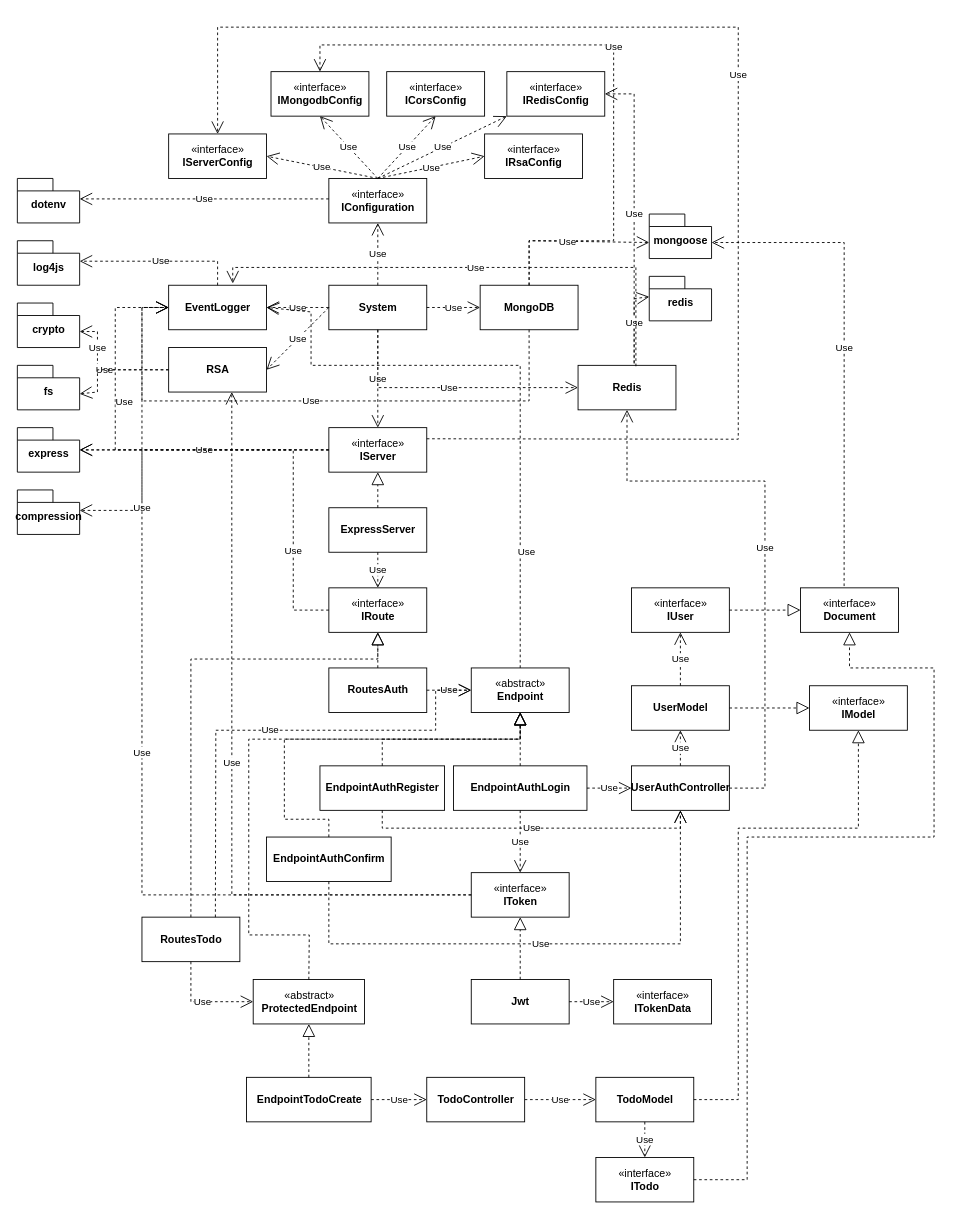
This is api-docs/draw.io/architecture.drawio from syr0s/todo-backend, a draw.io file, before an edit. Source tidied: cells renumbered, new cells numbered last; positions are measured from the earlier drawing's top-left corner, leaving out a move shared by most shapes. Both pictures are drawn from the tidied source at 89%, with x=0, y=0 at pixel (17, 27).
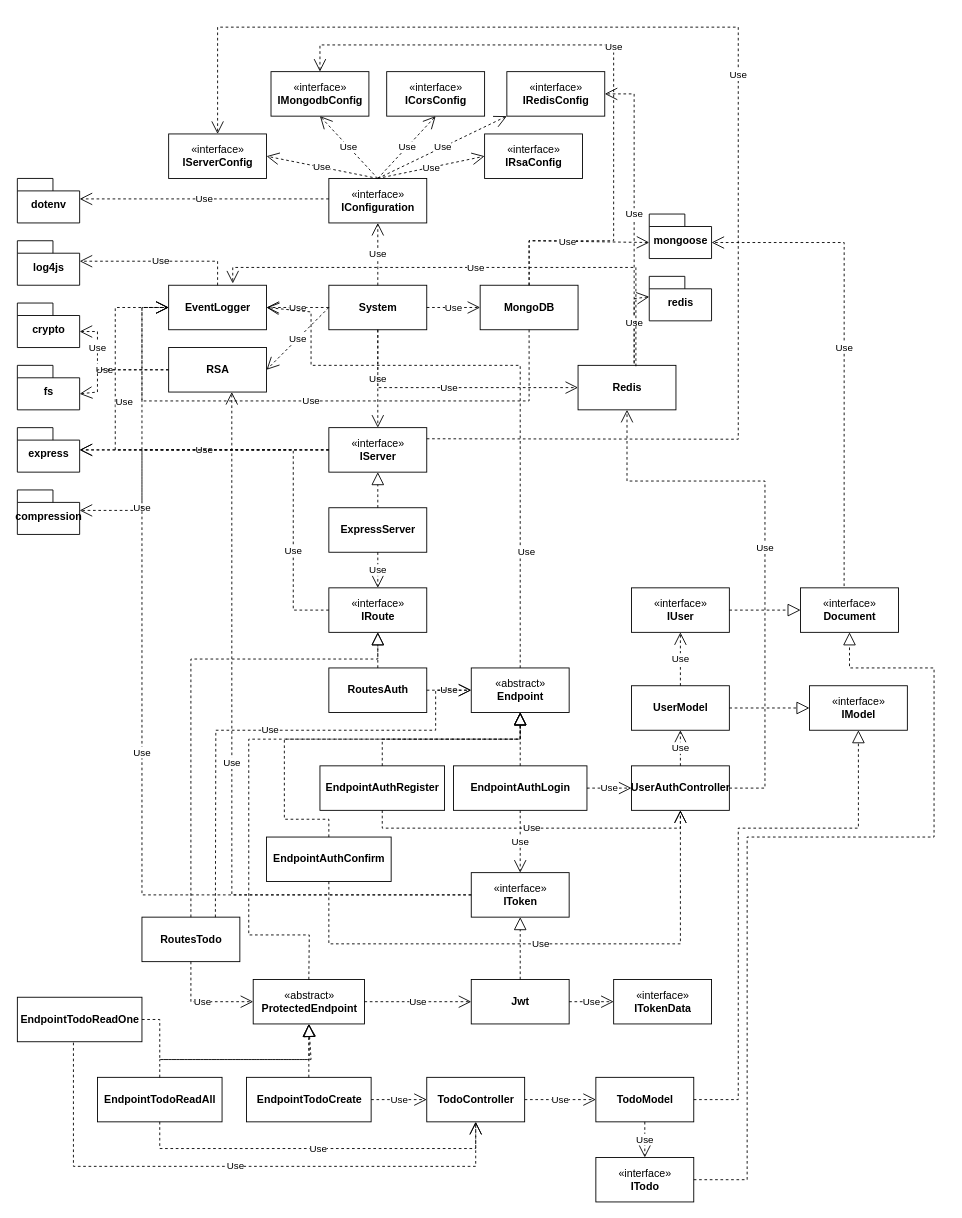
Above is the later version.

The change refers to these unchanged cells:
```xml
<mxCell id="66" value="Jwt" style="html=1;fontStyle=1;" parent="1" vertex="1">
  <mxGeometry x="510" y="1070" width="110" height="50" as="geometry" />
</mxCell>
<mxCell id="89" value="«abstract»&lt;br&gt;&lt;b&gt;ProtectedEndpoint&lt;/b&gt;" style="html=1;" parent="1" vertex="1">
  <mxGeometry x="265" y="1070" width="125" height="50" as="geometry" />
</mxCell>
<mxCell id="96" value="TodoController" style="html=1;fontStyle=1;" parent="1" vertex="1">
  <mxGeometry x="460" y="1180" width="110" height="50" as="geometry" />
</mxCell>
```

Change to the diagram source:
```diff
@@
+    <mxCell id="101" value="EndpointTodoReadAll" style="html=1;fontStyle=1;" parent="1" vertex="1">
+      <mxGeometry x="90" y="1180" width="140" height="50" as="geometry" />
+    </mxCell>
+    <mxCell id="102" value="EndpointTodoReadOne" style="html=1;fontStyle=1;" parent="1" vertex="1">
+      <mxGeometry y="1090" width="140" height="50" as="geometry" />
+    </mxCell>
+    <mxCell id="103" style="endArrow=block;dashed=1;endFill=0;endSize=12;html=1;rounded=0;exitX=0.5;exitY=0;exitDx=0;exitDy=0;entryX=0.5;entryY=1;entryDx=0;entryDy=0;" parent="1" edge="1" source="101" target="89">
+      <mxGeometry relative="1" as="geometry">
+        <Array as="points">
+          <mxPoint x="160" y="1160" />
+          <mxPoint x="328" y="1160" />
+        </Array>
+      </mxGeometry>
+    </mxCell>
+    <mxCell id="104" style="endArrow=block;dashed=1;endFill=0;endSize=12;html=1;rounded=0;exitX=1;exitY=0.5;exitDx=0;exitDy=0;entryX=0.5;entryY=1;entryDx=0;entryDy=0;" parent="1" edge="1" source="102" target="89">
+      <mxGeometry relative="1" as="geometry">
+        <Array as="points">
+          <mxPoint x="160" y="1115" />
+          <mxPoint x="160" y="1160" />
+          <mxPoint x="330" y="1160" />
+        </Array>
+      </mxGeometry>
+    </mxCell>
+    <mxCell id="105" value="Use" style="endArrow=open;endSize=12;dashed=1;html=1;rounded=0;exitX=0.5;exitY=1;exitDx=0;exitDy=0;entryX=0.5;entryY=1;entryDx=0;entryDy=0;" parent="1" edge="1" source="101" target="96">
+      <mxGeometry relative="1" as="geometry">
+        <Array as="points">
+          <mxPoint x="160" y="1260" />
+          <mxPoint x="515" y="1260" />
+        </Array>
+      </mxGeometry>
+    </mxCell>
+    <mxCell id="106" value="Use" style="endArrow=open;endSize=12;dashed=1;html=1;rounded=0;exitX=0.45;exitY=1.02;exitDx=0;exitDy=0;exitPerimeter=0;entryX=0.5;entryY=1;entryDx=0;entryDy=0;" parent="1" edge="1" source="102" target="96">
+      <mxGeometry relative="1" as="geometry">
+        <Array as="points">
+          <mxPoint x="63" y="1280" />
+          <mxPoint x="515" y="1280" />
+        </Array>
+      </mxGeometry>
+    </mxCell>
+    <mxCell id="107" value="Use" style="endArrow=open;endSize=12;dashed=1;html=1;rounded=0;exitX=1;exitY=0.5;exitDx=0;exitDy=0;entryX=0;entryY=0.5;entryDx=0;entryDy=0;" parent="1" edge="1" source="89" target="66">
+      <mxGeometry relative="1" as="geometry" />
+    </mxCell>
```
